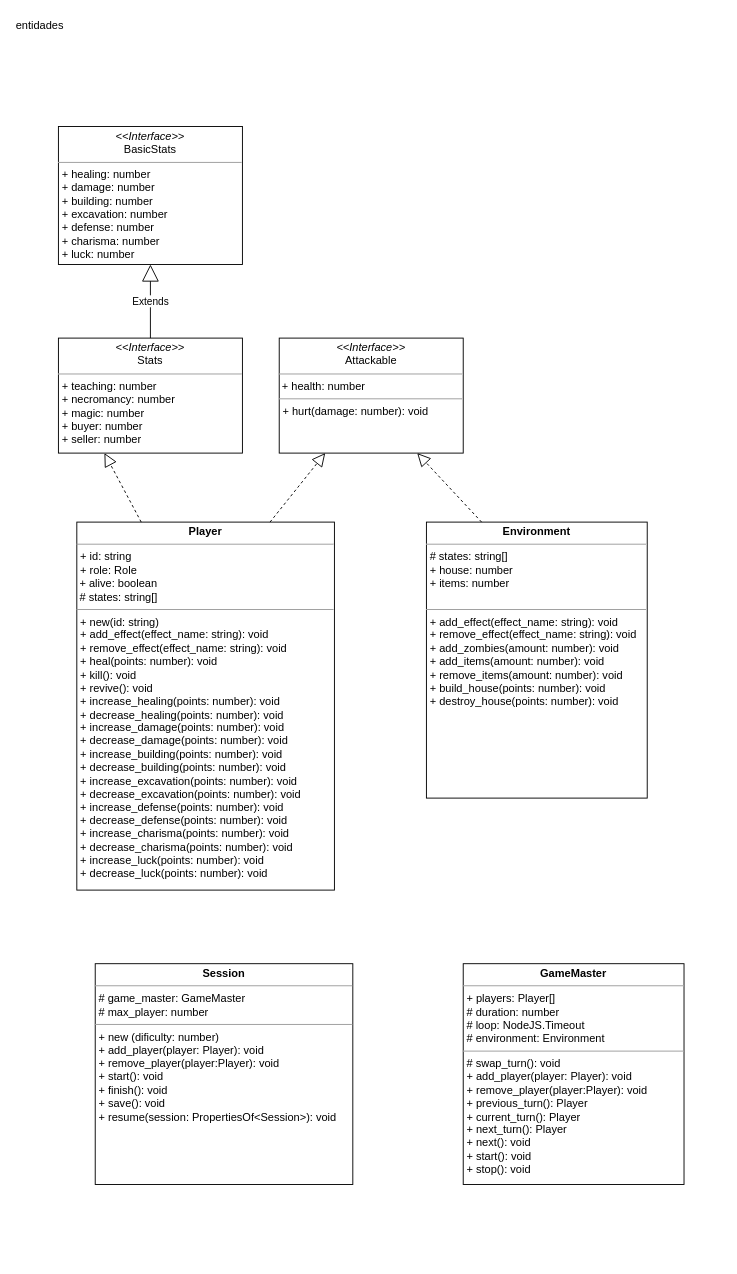
Earlier version of the draw.io diagram otherworld.drawio (EnzoDiazDev/diagram). Source tidied: cells renumbered, new cells numbered last; positions are measured from the earlier drawing's top-left corner, leaving out a move shared by most shapes. Both pictures are drawn from the tidied source at 92%, with x=0, y=0 at pixel (21, 16).
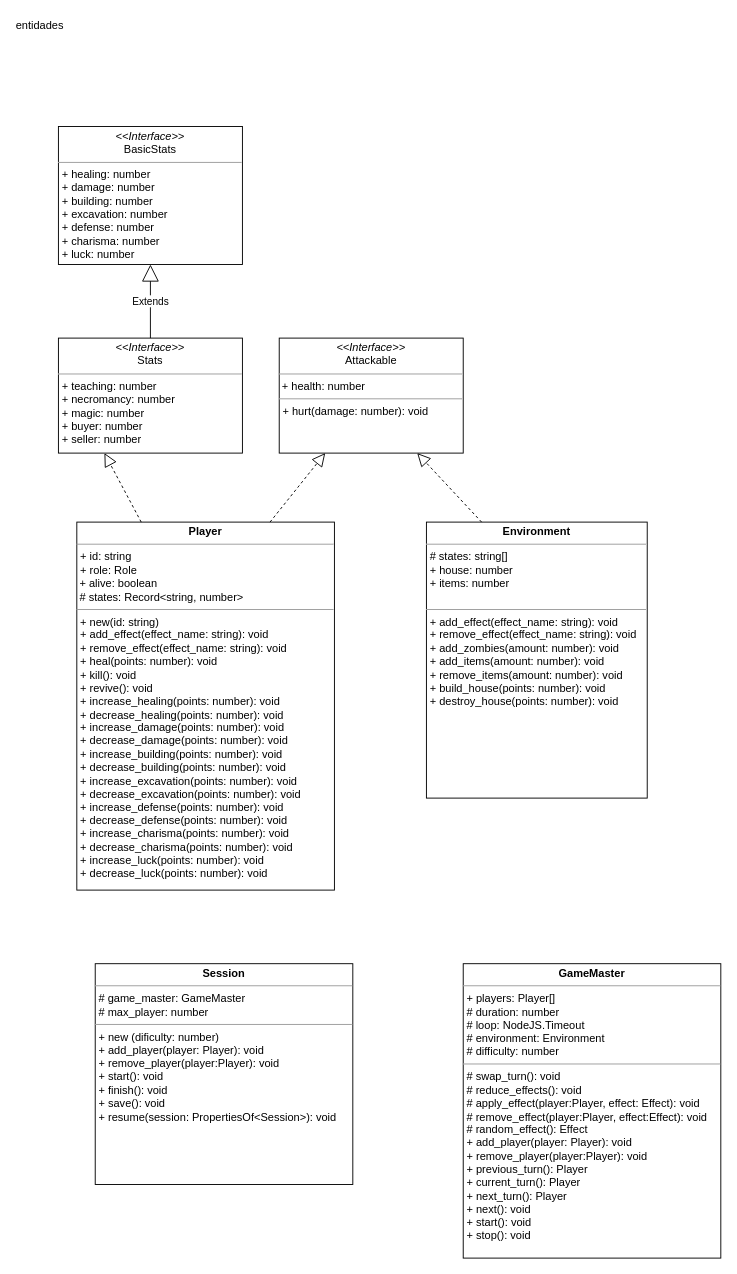
The same diagram, later.

Change to the diagram source:
```diff
@@
 <mxGraphModel>
   <root>
     <mxCell id="0" />
     <mxCell id="1" parent="0" />
     <mxCell id="2" value="entidades" style="text;html=1;strokeColor=none;fillColor=none;align=center;verticalAlign=middle;whiteSpace=wrap;rounded=0;" parent="1" vertex="1">
       <mxGeometry width="40" height="20" as="geometry" />
     </mxCell>
     <mxCell id="3" value="&lt;p style=&quot;margin: 0px ; margin-top: 4px ; text-align: center&quot;&gt;&lt;i&gt;&amp;lt;&amp;lt;Interface&amp;gt;&amp;gt;&lt;/i&gt;&lt;br&gt;BasicStats&lt;/p&gt;&lt;hr size=&quot;1&quot;&gt;&lt;p style=&quot;margin: 0px ; margin-left: 4px&quot;&gt;+ healing: number&lt;br&gt;+ damage: number&lt;/p&gt;&lt;p style=&quot;margin: 0px ; margin-left: 4px&quot;&gt;+ building: number&lt;/p&gt;&lt;p style=&quot;margin: 0px ; margin-left: 4px&quot;&gt;+ excavation: number&lt;/p&gt;&lt;p style=&quot;margin: 0px ; margin-left: 4px&quot;&gt;+ defense: number&lt;/p&gt;&lt;p style=&quot;margin: 0px ; margin-left: 4px&quot;&gt;+ charisma: number&lt;/p&gt;&lt;p style=&quot;margin: 0px ; margin-left: 4px&quot;&gt;+ luck: number&lt;/p&gt;&lt;p style=&quot;margin: 0px ; margin-left: 4px&quot;&gt;&lt;br&gt;&lt;/p&gt;&lt;p style=&quot;margin: 0px ; margin-left: 4px&quot;&gt;&lt;br&gt;&lt;/p&gt;&lt;hr size=&quot;1&quot;&gt;&lt;p style=&quot;margin: 0px ; margin-left: 4px&quot;&gt;&lt;br&gt;&lt;br&gt;&lt;/p&gt;" style="verticalAlign=top;align=left;overflow=fill;fontSize=12;fontFamily=Helvetica;html=1;" parent="1" vertex="1">
       <mxGeometry x="40" y="120" width="200" height="150" as="geometry" />
     </mxCell>
     <mxCell id="4" style="edgeStyle=orthogonalEdgeStyle;rounded=0;orthogonalLoop=1;jettySize=auto;html=1;exitX=0.5;exitY=1;exitDx=0;exitDy=0;" parent="1" edge="1" source="3" target="3">
       <mxGeometry relative="1" as="geometry" />
     </mxCell>
     <mxCell id="5" value="&lt;p style=&quot;margin: 0px ; margin-top: 4px ; text-align: center&quot;&gt;&lt;i&gt;&amp;lt;&amp;lt;Interface&amp;gt;&amp;gt;&lt;/i&gt;&lt;br&gt;Stats&lt;/p&gt;&lt;hr size=&quot;1&quot;&gt;&lt;p style=&quot;margin: 0px ; margin-left: 4px&quot;&gt;+ teaching: number&lt;/p&gt;&lt;p style=&quot;margin: 0px ; margin-left: 4px&quot;&gt;+ necromancy: number&lt;/p&gt;&lt;p style=&quot;margin: 0px ; margin-left: 4px&quot;&gt;+ magic: number&lt;/p&gt;&lt;p style=&quot;margin: 0px ; margin-left: 4px&quot;&gt;+ buyer: number&lt;/p&gt;&lt;p style=&quot;margin: 0px ; margin-left: 4px&quot;&gt;+ seller: number&lt;br&gt;&lt;/p&gt;&lt;p style=&quot;margin: 0px ; margin-left: 4px&quot;&gt;&lt;br&gt;&lt;/p&gt;&lt;p style=&quot;margin: 0px ; margin-left: 4px&quot;&gt;&lt;br&gt;&lt;/p&gt;&lt;p style=&quot;margin: 0px ; margin-left: 4px&quot;&gt;&lt;br&gt;&lt;/p&gt;&lt;hr size=&quot;1&quot;&gt;&lt;p style=&quot;margin: 0px ; margin-left: 4px&quot;&gt;&lt;br&gt;&lt;br&gt;&lt;/p&gt;" style="verticalAlign=top;align=left;overflow=fill;fontSize=12;fontFamily=Helvetica;html=1;" parent="1" vertex="1">
       <mxGeometry x="40" y="350" width="200" height="125" as="geometry" />
     </mxCell>
     <mxCell id="6" value="Extends" style="endArrow=block;endSize=16;endFill=0;html=1;entryX=0.5;entryY=1;entryDx=0;entryDy=0;exitX=0.5;exitY=0;exitDx=0;exitDy=0;" parent="1" edge="1" source="5" target="3">
       <mxGeometry relative="1" as="geometry" />
     </mxCell>
-    <mxCell id="7" value="&lt;p style=&quot;margin: 0px ; margin-top: 4px ; text-align: center&quot;&gt;&lt;b&gt;Player&lt;/b&gt;&lt;/p&gt;&lt;hr size=&quot;1&quot;&gt;&lt;p style=&quot;margin: 0px ; margin-left: 4px&quot;&gt;+ id: string&lt;/p&gt;&lt;p style=&quot;margin: 0px ; margin-left: 4px&quot;&gt;+ role: Role&lt;/p&gt;&lt;div&gt;&amp;nbsp;+ alive: boolean&lt;/div&gt;&lt;div&gt;&amp;nbsp;# states: string[]&lt;br&gt;&lt;/div&gt;&lt;hr size=&quot;1&quot;&gt;&lt;p style=&quot;margin: 0px ; margin-left: 4px&quot;&gt;+ new(id: string)&lt;br&gt;&lt;/p&gt;&lt;p style=&quot;margin: 0px ; margin-left: 4px&quot;&gt;+ add_effect(effect_name: string): void&lt;br&gt;&lt;/p&gt;&lt;p style=&quot;margin: 0px ; margin-left: 4px&quot;&gt;+ remove_effect(effect_name: string): void&lt;br&gt;&lt;/p&gt;&lt;p style=&quot;margin: 0px ; margin-left: 4px&quot;&gt;+ heal(points: number): void&lt;/p&gt;&lt;p style=&quot;margin: 0px ; margin-left: 4px&quot;&gt;+ kill(): void&lt;/p&gt;&lt;p style=&quot;margin: 0px ; margin-left: 4px&quot;&gt;+ revive(): void&lt;br&gt;&lt;/p&gt;&lt;p style=&quot;margin: 0px ; margin-left: 4px&quot;&gt;+ increase_healing(points: number): void&lt;/p&gt;&lt;p style=&quot;margin: 0px ; margin-left: 4px&quot;&gt;+ decrease_healing(points: number): void&lt;br&gt;+ increase_damage(points: number): void&lt;br&gt;+ decrease_damage(points: number): void&lt;br&gt;&lt;/p&gt;&lt;p style=&quot;margin: 0px ; margin-left: 4px&quot;&gt;+ increase_building(points: number): void&lt;/p&gt;&lt;p style=&quot;margin: 0px ; margin-left: 4px&quot;&gt;+ decrease_building(points: number): void&lt;/p&gt;&lt;p style=&quot;margin: 0px ; margin-left: 4px&quot;&gt;+ increase_excavation(points: number): void&lt;/p&gt;&lt;p style=&quot;margin: 0px ; margin-left: 4px&quot;&gt;+ decrease_excavation(points: number): void&lt;/p&gt;&lt;p style=&quot;margin: 0px ; margin-left: 4px&quot;&gt;+ increase_defense(points: number): void&lt;/p&gt;&lt;p style=&quot;margin: 0px ; margin-left: 4px&quot;&gt;+ decrease_defense(points: number): void&lt;/p&gt;&lt;p style=&quot;margin: 0px ; margin-left: 4px&quot;&gt;+ increase_charisma(points: number): void&lt;/p&gt;&lt;p style=&quot;margin: 0px ; margin-left: 4px&quot;&gt;+ decrease_charisma(points: number): void&lt;/p&gt;&lt;p style=&quot;margin: 0px ; margin-left: 4px&quot;&gt;+ increase_luck(points: number): void&lt;/p&gt;&lt;p style=&quot;margin: 0px ; margin-left: 4px&quot;&gt;+ decrease_luck(points: number): void&lt;/p&gt;" style="verticalAlign=top;align=left;overflow=fill;fontSize=12;fontFamily=Helvetica;html=1;" parent="1" vertex="1">
+    <mxCell id="7" value="&lt;p style=&quot;margin: 0px ; margin-top: 4px ; text-align: center&quot;&gt;&lt;b&gt;Player&lt;/b&gt;&lt;/p&gt;&lt;hr size=&quot;1&quot;&gt;&lt;p style=&quot;margin: 0px ; margin-left: 4px&quot;&gt;+ id: string&lt;/p&gt;&lt;p style=&quot;margin: 0px ; margin-left: 4px&quot;&gt;+ role: Role&lt;/p&gt;&lt;div&gt;&amp;nbsp;+ alive: boolean&lt;/div&gt;&lt;div&gt;&amp;nbsp;# states: Record&amp;lt;string, number&amp;gt;&lt;br&gt;&lt;/div&gt;&lt;hr size=&quot;1&quot;&gt;&lt;p style=&quot;margin: 0px ; margin-left: 4px&quot;&gt;+ new(id: string)&lt;br&gt;&lt;/p&gt;&lt;p style=&quot;margin: 0px ; margin-left: 4px&quot;&gt;+ add_effect(effect_name: string): void&lt;br&gt;&lt;/p&gt;&lt;p style=&quot;margin: 0px ; margin-left: 4px&quot;&gt;+ remove_effect(effect_name: string): void&lt;br&gt;&lt;/p&gt;&lt;p style=&quot;margin: 0px ; margin-left: 4px&quot;&gt;+ heal(points: number): void&lt;/p&gt;&lt;p style=&quot;margin: 0px ; margin-left: 4px&quot;&gt;+ kill(): void&lt;/p&gt;&lt;p style=&quot;margin: 0px ; margin-left: 4px&quot;&gt;+ revive(): void&lt;br&gt;&lt;/p&gt;&lt;p style=&quot;margin: 0px ; margin-left: 4px&quot;&gt;+ increase_healing(points: number): void&lt;/p&gt;&lt;p style=&quot;margin: 0px ; margin-left: 4px&quot;&gt;+ decrease_healing(points: number): void&lt;br&gt;+ increase_damage(points: number): void&lt;br&gt;+ decrease_damage(points: number): void&lt;br&gt;&lt;/p&gt;&lt;p style=&quot;margin: 0px ; margin-left: 4px&quot;&gt;+ increase_building(points: number): void&lt;/p&gt;&lt;p style=&quot;margin: 0px ; margin-left: 4px&quot;&gt;+ decrease_building(points: number): void&lt;/p&gt;&lt;p style=&quot;margin: 0px ; margin-left: 4px&quot;&gt;+ increase_excavation(points: number): void&lt;/p&gt;&lt;p style=&quot;margin: 0px ; margin-left: 4px&quot;&gt;+ decrease_excavation(points: number): void&lt;/p&gt;&lt;p style=&quot;margin: 0px ; margin-left: 4px&quot;&gt;+ increase_defense(points: number): void&lt;/p&gt;&lt;p style=&quot;margin: 0px ; margin-left: 4px&quot;&gt;+ decrease_defense(points: number): void&lt;/p&gt;&lt;p style=&quot;margin: 0px ; margin-left: 4px&quot;&gt;+ increase_charisma(points: number): void&lt;/p&gt;&lt;p style=&quot;margin: 0px ; margin-left: 4px&quot;&gt;+ decrease_charisma(points: number): void&lt;/p&gt;&lt;p style=&quot;margin: 0px ; margin-left: 4px&quot;&gt;+ increase_luck(points: number): void&lt;/p&gt;&lt;p style=&quot;margin: 0px ; margin-left: 4px&quot;&gt;+ decrease_luck(points: number): void&lt;/p&gt;" style="verticalAlign=top;align=left;overflow=fill;fontSize=12;fontFamily=Helvetica;html=1;" parent="1" vertex="1">
       <mxGeometry x="60" y="550" width="280" height="400" as="geometry" />
     </mxCell>
     <mxCell id="8" style="endArrow=block;dashed=1;endFill=0;endSize=12;html=1;entryX=0.25;entryY=1;entryDx=0;entryDy=0;exitX=0.25;exitY=0;exitDx=0;exitDy=0;" parent="1" edge="1" source="7" target="5">
       <mxGeometry relative="1" as="geometry" />
     </mxCell>
     <mxCell id="9" value="&lt;p style=&quot;margin: 0px ; margin-top: 4px ; text-align: center&quot;&gt;&lt;i&gt;&amp;lt;&amp;lt;Interface&amp;gt;&amp;gt;&lt;/i&gt;&lt;br&gt;Attackable&lt;/p&gt;&lt;hr size=&quot;1&quot;&gt;&lt;div&gt;&amp;nbsp;+ health: number&lt;br&gt;&lt;/div&gt;&lt;hr size=&quot;1&quot;&gt;&lt;p style=&quot;margin: 0px ; margin-left: 4px&quot;&gt;+ hurt(damage: number): void&lt;br&gt;&lt;br&gt;&lt;/p&gt;" style="verticalAlign=top;align=left;overflow=fill;fontSize=12;fontFamily=Helvetica;html=1;" parent="1" vertex="1">
       <mxGeometry x="280" y="350" width="200" height="125" as="geometry" />
     </mxCell>
     <mxCell id="10" style="endArrow=block;dashed=1;endFill=0;endSize=12;html=1;entryX=0.25;entryY=1;entryDx=0;entryDy=0;exitX=0.75;exitY=0;exitDx=0;exitDy=0;" parent="1" edge="1" source="7" target="9">
       <mxGeometry relative="1" as="geometry" />
     </mxCell>
     <mxCell id="11" value="&lt;p style=&quot;margin: 0px ; margin-top: 4px ; text-align: center&quot;&gt;&lt;b&gt;Environment&lt;/b&gt;&lt;/p&gt;&lt;hr size=&quot;1&quot;&gt;&lt;p style=&quot;margin: 0px ; margin-left: 4px&quot;&gt;# states: string[]&lt;/p&gt;&lt;p style=&quot;margin: 0px ; margin-left: 4px&quot;&gt;+ house: number&lt;/p&gt;&lt;p style=&quot;margin: 0px ; margin-left: 4px&quot;&gt;+ items: number&lt;/p&gt;&lt;p style=&quot;margin: 0px ; margin-left: 4px&quot;&gt;&lt;br&gt;&lt;/p&gt;&lt;hr size=&quot;1&quot;&gt;&lt;p style=&quot;margin: 0px ; margin-left: 4px&quot;&gt;+ add_effect(effect_name: string): void&lt;br&gt;&lt;/p&gt;&lt;p style=&quot;margin: 0px ; margin-left: 4px&quot;&gt;+ remove_effect(effect_name: string): void&lt;/p&gt;&lt;p style=&quot;margin: 0px ; margin-left: 4px&quot;&gt;+ add_zombies(amount: number): void&lt;/p&gt;&lt;p style=&quot;margin: 0px ; margin-left: 4px&quot;&gt;+ add_items(amount: number): void&lt;/p&gt;&lt;p style=&quot;margin: 0px ; margin-left: 4px&quot;&gt;+ remove_items(amount: number): void&lt;/p&gt;&lt;p style=&quot;margin: 0px ; margin-left: 4px&quot;&gt;+ build_house(points: number): void&lt;/p&gt;&lt;p style=&quot;margin: 0px ; margin-left: 4px&quot;&gt;+ destroy_house(points: number): void&lt;br&gt;&lt;/p&gt;&lt;p style=&quot;margin: 0px ; margin-left: 4px&quot;&gt;&lt;br&gt;&lt;/p&gt;&lt;div&gt;&lt;br&gt;&lt;/div&gt;&lt;div&gt;&lt;br&gt;&lt;/div&gt;" style="verticalAlign=top;align=left;overflow=fill;fontSize=12;fontFamily=Helvetica;html=1;" parent="1" vertex="1">
       <mxGeometry x="440" y="550" width="240" height="300" as="geometry" />
     </mxCell>
     <mxCell id="12" style="endArrow=block;dashed=1;endFill=0;endSize=12;html=1;entryX=0.75;entryY=1;entryDx=0;entryDy=0;exitX=0.25;exitY=0;exitDx=0;exitDy=0;" parent="1" edge="1" source="11" target="9">
       <mxGeometry relative="1" as="geometry" />
     </mxCell>
     <mxCell id="13" value="&lt;p style=&quot;margin: 0px ; margin-top: 4px ; text-align: center&quot;&gt;&lt;b&gt;Session&lt;/b&gt;&lt;/p&gt;&lt;hr size=&quot;1&quot;&gt;&lt;p style=&quot;margin: 0px ; margin-left: 4px&quot;&gt;# game_master: GameMaster&lt;br&gt;&lt;/p&gt;&lt;p style=&quot;margin: 0px ; margin-left: 4px&quot;&gt;# max_player: number&lt;/p&gt;&lt;hr size=&quot;1&quot;&gt;&lt;p style=&quot;margin: 0px ; margin-left: 4px&quot;&gt;+ new (dificulty: number)&lt;br&gt;&lt;/p&gt;&lt;p style=&quot;margin: 0px ; margin-left: 4px&quot;&gt;+ add_player(player: Player): void&lt;/p&gt;&lt;p style=&quot;margin: 0px ; margin-left: 4px&quot;&gt;+ remove_player(player:Player): void&lt;/p&gt;&lt;p style=&quot;margin: 0px ; margin-left: 4px&quot;&gt;+ start(): void&lt;/p&gt;&lt;p style=&quot;margin: 0px ; margin-left: 4px&quot;&gt;+ finish(): void&lt;/p&gt;&lt;p style=&quot;margin: 0px ; margin-left: 4px&quot;&gt;+ save(): void&lt;/p&gt;&lt;p style=&quot;margin: 0px ; margin-left: 4px&quot;&gt;+ resume(session: PropertiesOf&amp;lt;Session&amp;gt;): void&lt;br&gt;&lt;/p&gt;" style="verticalAlign=top;align=left;overflow=fill;fontSize=12;fontFamily=Helvetica;html=1;" parent="1" vertex="1">
       <mxGeometry x="80" y="1030" width="280" height="240" as="geometry" />
     </mxCell>
-    <mxCell id="14" value="&lt;p style=&quot;margin: 0px ; margin-top: 4px ; text-align: center&quot;&gt;&lt;b&gt;GameMaster&lt;/b&gt;&lt;br&gt;&lt;/p&gt;&lt;hr size=&quot;1&quot;&gt;&lt;p style=&quot;margin: 0px ; margin-left: 4px&quot;&gt;+ players: Player[]&lt;/p&gt;&lt;p style=&quot;margin: 0px ; margin-left: 4px&quot;&gt;# duration: number&lt;/p&gt;&lt;p style=&quot;margin: 0px ; margin-left: 4px&quot;&gt;# loop: NodeJS.Timeout&lt;/p&gt;&lt;p style=&quot;margin: 0px ; margin-left: 4px&quot;&gt;# environment: Environment&lt;/p&gt;&lt;hr size=&quot;1&quot;&gt;&lt;p style=&quot;margin: 0px ; margin-left: 4px&quot;&gt;# swap_turn(): void&lt;br&gt;&lt;/p&gt;&lt;p style=&quot;margin: 0px ; margin-left: 4px&quot;&gt;+ add_player(player: Player): void&lt;/p&gt;&lt;p style=&quot;margin: 0px ; margin-left: 4px&quot;&gt;+ remove_player(player:Player): void&lt;/p&gt;&lt;p style=&quot;margin: 0px ; margin-left: 4px&quot;&gt;+ previous_turn(): Player&lt;br&gt;&lt;/p&gt;&lt;p style=&quot;margin: 0px ; margin-left: 4px&quot;&gt;+ current_turn(): Player&lt;/p&gt;&lt;p style=&quot;margin: 0px ; margin-left: 4px&quot;&gt;+ next_turn(): Player&lt;/p&gt;&lt;p style=&quot;margin: 0px ; margin-left: 4px&quot;&gt;+ next(): void&lt;/p&gt;&lt;p style=&quot;margin: 0px ; margin-left: 4px&quot;&gt;+ start(): void&lt;/p&gt;&lt;p style=&quot;margin: 0px ; margin-left: 4px&quot;&gt;+ stop(): void&lt;br&gt;&lt;/p&gt;&lt;p style=&quot;margin: 0px ; margin-left: 4px&quot;&gt;&lt;br&gt;&lt;/p&gt;" style="verticalAlign=top;align=left;overflow=fill;fontSize=12;fontFamily=Helvetica;html=1;" parent="1" vertex="1">
-      <mxGeometry x="480" y="1030" width="240" height="240" as="geometry" />
+    <mxCell id="14" value="&lt;p style=&quot;margin: 0px ; margin-top: 4px ; text-align: center&quot;&gt;&lt;b&gt;GameMaster&lt;/b&gt;&lt;br&gt;&lt;/p&gt;&lt;hr size=&quot;1&quot;&gt;&lt;p style=&quot;margin: 0px ; margin-left: 4px&quot;&gt;+ players: Player[]&lt;/p&gt;&lt;p style=&quot;margin: 0px ; margin-left: 4px&quot;&gt;# duration: number&lt;/p&gt;&lt;p style=&quot;margin: 0px ; margin-left: 4px&quot;&gt;# loop: NodeJS.Timeout&lt;/p&gt;&lt;p style=&quot;margin: 0px ; margin-left: 4px&quot;&gt;# environment: Environment&lt;/p&gt;&lt;p style=&quot;margin: 0px ; margin-left: 4px&quot;&gt;# difficulty: number&lt;br&gt;&lt;/p&gt;&lt;hr size=&quot;1&quot;&gt;&lt;p style=&quot;margin: 0px ; margin-left: 4px&quot;&gt;# swap_turn(): void&lt;/p&gt;&lt;p style=&quot;margin: 0px ; margin-left: 4px&quot;&gt;# reduce_effects(): void&lt;/p&gt;&lt;p style=&quot;margin: 0px ; margin-left: 4px&quot;&gt;# apply_effect(player:Player, effect: Effect): void&lt;/p&gt;&lt;p style=&quot;margin: 0px ; margin-left: 4px&quot;&gt;# remove_effect(player:Player, effect:Effect): void&lt;/p&gt;&lt;p style=&quot;margin: 0px ; margin-left: 4px&quot;&gt;# random_effect(): Effect&lt;br&gt;&lt;/p&gt;&lt;p style=&quot;margin: 0px ; margin-left: 4px&quot;&gt;+ add_player(player: Player): void&lt;/p&gt;&lt;p style=&quot;margin: 0px ; margin-left: 4px&quot;&gt;+ remove_player(player:Player): void&lt;/p&gt;&lt;p style=&quot;margin: 0px ; margin-left: 4px&quot;&gt;+ previous_turn(): Player&lt;br&gt;&lt;/p&gt;&lt;p style=&quot;margin: 0px ; margin-left: 4px&quot;&gt;+ current_turn(): Player&lt;/p&gt;&lt;p style=&quot;margin: 0px ; margin-left: 4px&quot;&gt;+ next_turn(): Player&lt;/p&gt;&lt;p style=&quot;margin: 0px ; margin-left: 4px&quot;&gt;+ next(): void&lt;/p&gt;&lt;p style=&quot;margin: 0px ; margin-left: 4px&quot;&gt;+ start(): void&lt;/p&gt;&lt;p style=&quot;margin: 0px ; margin-left: 4px&quot;&gt;+ stop(): void&lt;br&gt;&lt;/p&gt;&lt;p style=&quot;margin: 0px ; margin-left: 4px&quot;&gt;&lt;br&gt;&lt;/p&gt;" style="verticalAlign=top;align=left;overflow=fill;fontSize=12;fontFamily=Helvetica;html=1;" parent="1" vertex="1">
+      <mxGeometry x="480" y="1030" width="280" height="320" as="geometry" />
     </mxCell>
   </root>
 </mxGraphModel>
```
